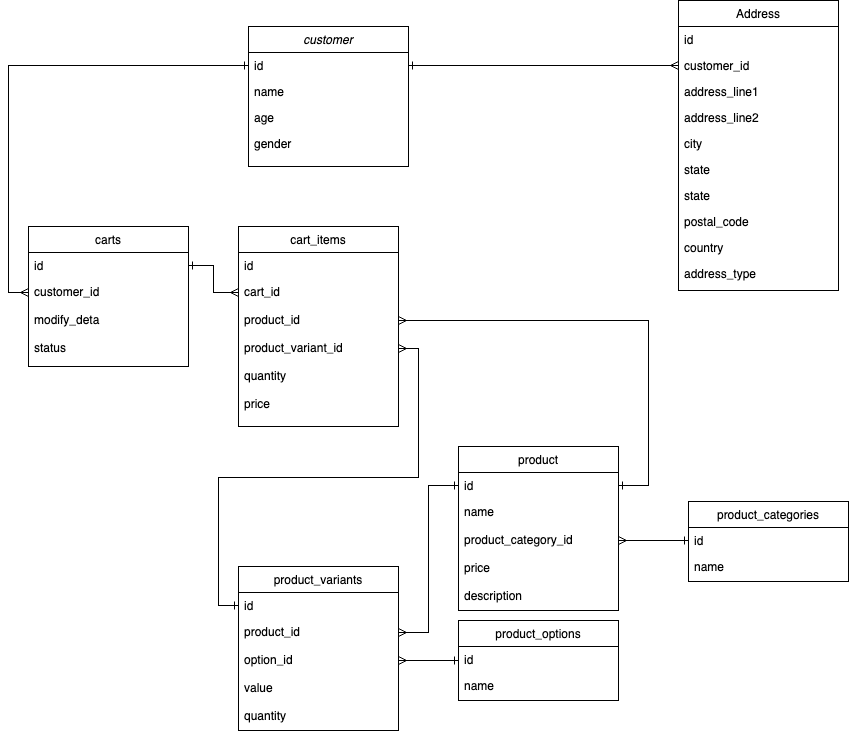
Before: opn-database-design.drawio.png, a diagram exported from draw.io (supacheep-first/opn-challenge). Source tidied: cells renumbered, new cells last; positions are measured from the earlier drawing's top-left corner, leaving out a move shared by most shapes. Its diagram source:
```xml
<mxGraphModel>
  <root>
    <mxCell id="0" />
    <mxCell id="1" parent="0" />
    <mxCell id="2" value="customer" style="swimlane;fontStyle=2;align=center;verticalAlign=top;horizontal=1;startSize=26;rounded=0;shadow=0;strokeWidth=1;" parent="1" vertex="1">
      <mxGeometry x="220" y="26" width="160" height="140" as="geometry" />
    </mxCell>
    <mxCell id="3" value="id" style="text;align=left;verticalAlign=top;spacingLeft=4;spacingRight=4;overflow=hidden;points=[[0,0.5],[1,0.5]];portConstraint=eastwest;" parent="2" vertex="1">
      <mxGeometry y="26" width="160" height="26" as="geometry" />
    </mxCell>
    <mxCell id="4" value="name" style="text;align=left;verticalAlign=top;spacingLeft=4;spacingRight=4;overflow=hidden;rounded=0;shadow=0;html=0;" parent="2" vertex="1">
      <mxGeometry y="52" width="160" height="26" as="geometry" />
    </mxCell>
    <mxCell id="5" value="age" style="text;align=left;verticalAlign=top;spacingLeft=4;spacingRight=4;overflow=hidden;" parent="2" vertex="1">
      <mxGeometry y="78" width="160" height="26" as="geometry" />
    </mxCell>
    <mxCell id="6" value="gender" style="text;align=left;verticalAlign=top;spacingLeft=4;spacingRight=4;overflow=hidden;rounded=0;shadow=0;html=0;" parent="2" vertex="1">
      <mxGeometry y="104" width="160" height="26" as="geometry" />
    </mxCell>
    <mxCell id="7" value="Address" style="swimlane;fontStyle=0;align=center;verticalAlign=top;horizontal=1;startSize=26;rounded=0;shadow=0;strokeWidth=1;" parent="1" vertex="1">
      <mxGeometry x="650" width="160" height="290" as="geometry" />
    </mxCell>
    <mxCell id="8" value="id" style="text;align=left;verticalAlign=top;spacingLeft=4;spacingRight=4;overflow=hidden;" parent="7" vertex="1">
      <mxGeometry y="26" width="160" height="26" as="geometry" />
    </mxCell>
    <mxCell id="9" value="customer_id" style="text;align=left;verticalAlign=top;spacingLeft=4;spacingRight=4;overflow=hidden;points=[[0,0.5],[1,0.5]];portConstraint=eastwest;" parent="7" vertex="1">
      <mxGeometry y="52" width="160" height="26" as="geometry" />
    </mxCell>
    <mxCell id="10" value="address_line1" style="text;align=left;verticalAlign=top;spacingLeft=4;spacingRight=4;overflow=hidden;" parent="7" vertex="1">
      <mxGeometry y="78" width="160" height="26" as="geometry" />
    </mxCell>
    <mxCell id="11" value="address_line2" style="text;align=left;verticalAlign=top;spacingLeft=4;spacingRight=4;overflow=hidden;" parent="7" vertex="1">
      <mxGeometry y="104" width="160" height="26" as="geometry" />
    </mxCell>
    <mxCell id="12" value="city" style="text;align=left;verticalAlign=top;spacingLeft=4;spacingRight=4;overflow=hidden;rounded=0;shadow=0;html=0;" parent="7" vertex="1">
      <mxGeometry y="130" width="160" height="26" as="geometry" />
    </mxCell>
    <mxCell id="13" value="state" style="text;align=left;verticalAlign=top;spacingLeft=4;spacingRight=4;overflow=hidden;rounded=0;shadow=0;html=0;" parent="7" vertex="1">
      <mxGeometry y="156" width="160" height="26" as="geometry" />
    </mxCell>
    <mxCell id="14" value="state" style="text;align=left;verticalAlign=top;spacingLeft=4;spacingRight=4;overflow=hidden;rounded=0;shadow=0;html=0;" parent="7" vertex="1">
      <mxGeometry y="182" width="160" height="26" as="geometry" />
    </mxCell>
    <mxCell id="15" value="postal_code" style="text;align=left;verticalAlign=top;spacingLeft=4;spacingRight=4;overflow=hidden;rounded=0;shadow=0;html=0;" parent="7" vertex="1">
      <mxGeometry y="208" width="160" height="26" as="geometry" />
    </mxCell>
    <mxCell id="16" value="country" style="text;align=left;verticalAlign=top;spacingLeft=4;spacingRight=4;overflow=hidden;rounded=0;shadow=0;html=0;" parent="7" vertex="1">
      <mxGeometry y="234" width="160" height="26" as="geometry" />
    </mxCell>
    <mxCell id="17" value="address_type" style="text;align=left;verticalAlign=top;spacingLeft=4;spacingRight=4;overflow=hidden;rounded=0;shadow=0;html=0;" parent="7" vertex="1">
      <mxGeometry y="260" width="160" height="26" as="geometry" />
    </mxCell>
    <mxCell id="18" value="product" style="swimlane;fontStyle=0;align=center;verticalAlign=top;horizontal=1;startSize=26;rounded=0;shadow=0;strokeWidth=1;" parent="1" vertex="1">
      <mxGeometry x="430" y="446" width="160" height="164" as="geometry" />
    </mxCell>
    <mxCell id="19" value="id" style="text;align=left;verticalAlign=top;spacingLeft=4;spacingRight=4;overflow=hidden;points=[[0,0.5],[1,0.5]];portConstraint=eastwest;" parent="18" vertex="1">
      <mxGeometry y="26" width="160" height="26" as="geometry" />
    </mxCell>
    <mxCell id="20" value="name" style="text;align=left;verticalAlign=top;spacingLeft=4;spacingRight=4;overflow=hidden;" parent="18" vertex="1">
      <mxGeometry y="52" width="160" height="28" as="geometry" />
    </mxCell>
    <mxCell id="21" value="product_category_id" style="text;align=left;verticalAlign=top;spacingLeft=4;spacingRight=4;overflow=hidden;points=[[0,0.5],[1,0.5]];portConstraint=eastwest;" parent="18" vertex="1">
      <mxGeometry y="80" width="160" height="28" as="geometry" />
    </mxCell>
    <mxCell id="22" value="price" style="text;align=left;verticalAlign=top;spacingLeft=4;spacingRight=4;overflow=hidden;" parent="18" vertex="1">
      <mxGeometry y="108" width="160" height="28" as="geometry" />
    </mxCell>
    <mxCell id="23" value="description" style="text;align=left;verticalAlign=top;spacingLeft=4;spacingRight=4;overflow=hidden;" parent="18" vertex="1">
      <mxGeometry y="136" width="160" height="28" as="geometry" />
    </mxCell>
    <mxCell id="24" value="product_categories" style="swimlane;fontStyle=0;align=center;verticalAlign=top;horizontal=1;startSize=26;rounded=0;shadow=0;strokeWidth=1;" parent="1" vertex="1">
      <mxGeometry x="660" y="501" width="160" height="80" as="geometry" />
    </mxCell>
    <mxCell id="25" value="id" style="text;align=left;verticalAlign=top;spacingLeft=4;spacingRight=4;overflow=hidden;points=[[0,0.5],[1,0.5]];portConstraint=eastwest;" parent="24" vertex="1">
      <mxGeometry y="26" width="160" height="26" as="geometry" />
    </mxCell>
    <mxCell id="26" value="name" style="text;align=left;verticalAlign=top;spacingLeft=4;spacingRight=4;overflow=hidden;" parent="24" vertex="1">
      <mxGeometry y="52" width="160" height="18" as="geometry" />
    </mxCell>
    <mxCell id="27" style="edgeStyle=orthogonalEdgeStyle;rounded=0;jettySize=auto;html=1;entryX=1;entryY=0.5;entryDx=0;entryDy=0;endArrow=ERmany;endFill=0;startArrow=ERone;startFill=0;" parent="1" edge="1" source="28" target="34">
      <mxGeometry relative="1" as="geometry" />
    </mxCell>
    <mxCell id="28" value="product_options" style="swimlane;fontStyle=0;align=center;verticalAlign=top;horizontal=1;startSize=26;rounded=0;shadow=0;strokeWidth=1;" parent="1" vertex="1">
      <mxGeometry x="430" y="620" width="160" height="80" as="geometry" />
    </mxCell>
    <mxCell id="29" value="id" style="text;align=left;verticalAlign=top;spacingLeft=4;spacingRight=4;overflow=hidden;" parent="28" vertex="1">
      <mxGeometry y="26" width="160" height="26" as="geometry" />
    </mxCell>
    <mxCell id="30" value="name" style="text;align=left;verticalAlign=top;spacingLeft=4;spacingRight=4;overflow=hidden;" parent="28" vertex="1">
      <mxGeometry y="52" width="160" height="18" as="geometry" />
    </mxCell>
    <mxCell id="31" value="product_variants" style="swimlane;fontStyle=0;align=center;verticalAlign=top;horizontal=1;startSize=26;rounded=0;shadow=0;strokeWidth=1;" parent="1" vertex="1">
      <mxGeometry x="210" y="566" width="160" height="164" as="geometry" />
    </mxCell>
    <mxCell id="32" value="id" style="text;align=left;verticalAlign=top;spacingLeft=4;spacingRight=4;overflow=hidden;points=[[0,0.5],[1,0.5]];portConstraint=eastwest;" parent="31" vertex="1">
      <mxGeometry y="26" width="160" height="26" as="geometry" />
    </mxCell>
    <mxCell id="33" value="product_id" style="text;align=left;verticalAlign=top;spacingLeft=4;spacingRight=4;overflow=hidden;points=[[0,0.5],[1,0.5]];portConstraint=eastwest;" parent="31" vertex="1">
      <mxGeometry y="52" width="160" height="28" as="geometry" />
    </mxCell>
    <mxCell id="34" value="option_id" style="text;align=left;verticalAlign=top;spacingLeft=4;spacingRight=4;overflow=hidden;points=[[0,0.5],[1,0.5]];portConstraint=eastwest;" parent="31" vertex="1">
      <mxGeometry y="80" width="160" height="28" as="geometry" />
    </mxCell>
    <mxCell id="35" value="value" style="text;align=left;verticalAlign=top;spacingLeft=4;spacingRight=4;overflow=hidden;" parent="31" vertex="1">
      <mxGeometry y="108" width="160" height="28" as="geometry" />
    </mxCell>
    <mxCell id="36" value="quantity" style="text;align=left;verticalAlign=top;spacingLeft=4;spacingRight=4;overflow=hidden;" parent="31" vertex="1">
      <mxGeometry y="136" width="160" height="28" as="geometry" />
    </mxCell>
    <mxCell id="37" style="edgeStyle=orthogonalEdgeStyle;rounded=0;jettySize=auto;html=1;exitX=1;exitY=0.5;exitDx=0;exitDy=0;entryX=0;entryY=0.5;entryDx=0;entryDy=0;endArrow=ERone;endFill=0;startArrow=ERmany;startFill=0;" parent="1" edge="1" source="21" target="25">
      <mxGeometry relative="1" as="geometry" />
    </mxCell>
    <mxCell id="38" style="edgeStyle=orthogonalEdgeStyle;rounded=0;jettySize=auto;html=1;exitX=0;exitY=0.5;exitDx=0;exitDy=0;entryX=1;entryY=0.5;entryDx=0;entryDy=0;startArrow=ERone;startFill=0;endArrow=ERmany;endFill=0;" parent="1" edge="1" source="19" target="33">
      <mxGeometry relative="1" as="geometry" />
    </mxCell>
    <mxCell id="39" value="cart_items" style="swimlane;fontStyle=0;align=center;verticalAlign=top;horizontal=1;startSize=26;rounded=0;shadow=0;strokeWidth=1;" parent="1" vertex="1">
      <mxGeometry x="210" y="226" width="160" height="200" as="geometry" />
    </mxCell>
    <mxCell id="40" value="id" style="text;align=left;verticalAlign=top;spacingLeft=4;spacingRight=4;overflow=hidden;" parent="39" vertex="1">
      <mxGeometry y="26" width="160" height="26" as="geometry" />
    </mxCell>
    <mxCell id="41" value="cart_id" style="text;align=left;verticalAlign=top;spacingLeft=4;spacingRight=4;overflow=hidden;points=[[0,0.5],[1,0.5]];portConstraint=eastwest;" parent="39" vertex="1">
      <mxGeometry y="52" width="160" height="28" as="geometry" />
    </mxCell>
    <mxCell id="42" value="product_id" style="text;align=left;verticalAlign=top;spacingLeft=4;spacingRight=4;overflow=hidden;points=[[0,0.5],[1,0.5]];portConstraint=eastwest;" parent="39" vertex="1">
      <mxGeometry y="80" width="160" height="28" as="geometry" />
    </mxCell>
    <mxCell id="43" value="product_variant_id" style="text;align=left;verticalAlign=top;spacingLeft=4;spacingRight=4;overflow=hidden;points=[[0,0.5],[1,0.5]];portConstraint=eastwest;" parent="39" vertex="1">
      <mxGeometry y="108" width="160" height="28" as="geometry" />
    </mxCell>
    <mxCell id="44" value="quantity" style="text;align=left;verticalAlign=top;spacingLeft=4;spacingRight=4;overflow=hidden;" parent="39" vertex="1">
      <mxGeometry y="136" width="160" height="28" as="geometry" />
    </mxCell>
    <mxCell id="45" value="price" style="text;align=left;verticalAlign=top;spacingLeft=4;spacingRight=4;overflow=hidden;" parent="39" vertex="1">
      <mxGeometry y="164" width="160" height="28" as="geometry" />
    </mxCell>
    <mxCell id="46" value="carts&#10;" style="swimlane;fontStyle=0;align=center;verticalAlign=top;horizontal=1;startSize=26;rounded=0;shadow=0;strokeWidth=1;" parent="1" vertex="1">
      <mxGeometry y="226" width="160" height="140" as="geometry" />
    </mxCell>
    <mxCell id="47" value="id" style="text;align=left;verticalAlign=top;spacingLeft=4;spacingRight=4;overflow=hidden;points=[[0,0.5],[1,0.5]];portConstraint=eastwest;" parent="46" vertex="1">
      <mxGeometry y="26" width="160" height="26" as="geometry" />
    </mxCell>
    <mxCell id="48" value="customer_id" style="text;align=left;verticalAlign=top;spacingLeft=4;spacingRight=4;overflow=hidden;points=[[0,0.5],[1,0.5]];portConstraint=eastwest;" parent="46" vertex="1">
      <mxGeometry y="52" width="160" height="28" as="geometry" />
    </mxCell>
    <mxCell id="49" value="modify_deta" style="text;align=left;verticalAlign=top;spacingLeft=4;spacingRight=4;overflow=hidden;" parent="46" vertex="1">
      <mxGeometry y="80" width="160" height="28" as="geometry" />
    </mxCell>
    <mxCell id="50" value="status" style="text;align=left;verticalAlign=top;spacingLeft=4;spacingRight=4;overflow=hidden;" parent="46" vertex="1">
      <mxGeometry y="108" width="160" height="28" as="geometry" />
    </mxCell>
    <mxCell id="51" style="edgeStyle=orthogonalEdgeStyle;rounded=0;jettySize=auto;html=1;entryX=1;entryY=0.5;entryDx=0;entryDy=0;endArrow=ERmany;endFill=0;startArrow=ERone;startFill=0;" parent="1" edge="1" source="19" target="42">
      <mxGeometry relative="1" as="geometry">
        <Array as="points">
          <mxPoint x="620" y="485" />
          <mxPoint x="620" y="320" />
        </Array>
      </mxGeometry>
    </mxCell>
    <mxCell id="52" style="edgeStyle=orthogonalEdgeStyle;rounded=0;jettySize=auto;html=1;entryX=1;entryY=0.5;entryDx=0;entryDy=0;endArrow=ERmany;endFill=0;startArrow=ERone;startFill=0;" parent="1" edge="1" source="32" target="43">
      <mxGeometry relative="1" as="geometry" />
    </mxCell>
    <mxCell id="53" style="edgeStyle=orthogonalEdgeStyle;rounded=0;jettySize=auto;html=1;entryX=0;entryY=0.5;entryDx=0;entryDy=0;endArrow=ERmany;endFill=0;startArrow=ERone;startFill=0;" parent="1" edge="1" source="3" target="48">
      <mxGeometry relative="1" as="geometry" />
    </mxCell>
    <mxCell id="54" style="edgeStyle=orthogonalEdgeStyle;rounded=0;jettySize=auto;html=1;entryX=0;entryY=0.5;entryDx=0;entryDy=0;endArrow=ERmany;endFill=0;startArrow=ERone;startFill=0;" parent="1" edge="1" source="47" target="41">
      <mxGeometry relative="1" as="geometry" />
    </mxCell>
    <mxCell id="55" style="edgeStyle=orthogonalEdgeStyle;rounded=0;jettySize=auto;html=1;exitX=0;exitY=0.5;exitDx=0;exitDy=0;endArrow=ERone;endFill=0;startArrow=ERmany;startFill=0;" parent="1" edge="1" source="9" target="3">
      <mxGeometry relative="1" as="geometry" />
    </mxCell>
  </root>
</mxGraphModel>
```
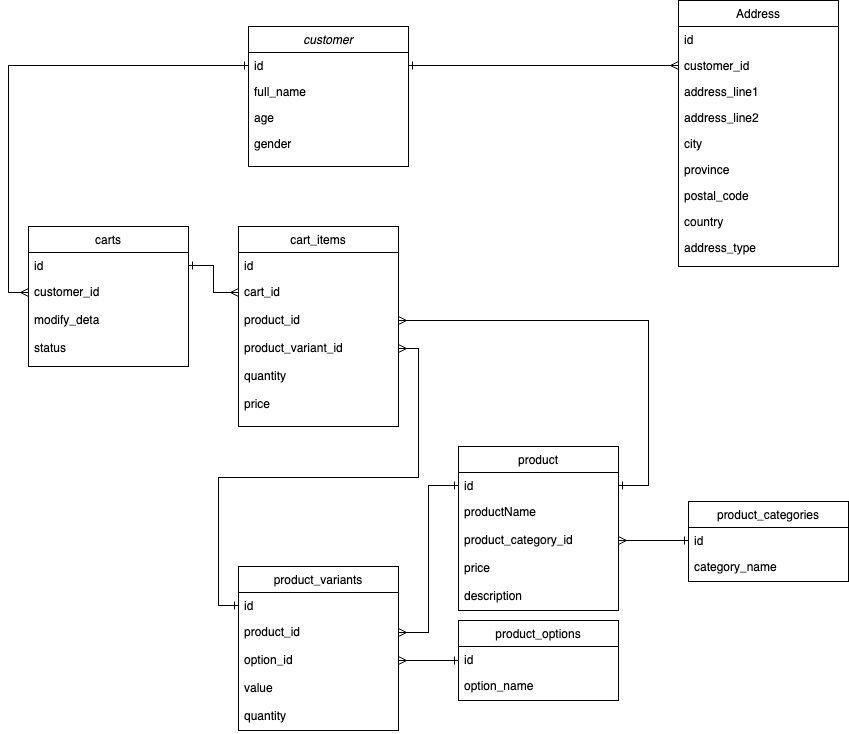
Above is the later version.

Commit message:
fix: update column name

Diff of the diagram source:
```diff
@@ -8,7 +8,7 @@
     <mxCell id="3" value="id" style="text;align=left;verticalAlign=top;spacingLeft=4;spacingRight=4;overflow=hidden;points=[[0,0.5],[1,0.5]];portConstraint=eastwest;" parent="2" vertex="1">
       <mxGeometry y="26" width="160" height="26" as="geometry" />
     </mxCell>
-    <mxCell id="4" value="name" style="text;align=left;verticalAlign=top;spacingLeft=4;spacingRight=4;overflow=hidden;rounded=0;shadow=0;html=0;" parent="2" vertex="1">
+    <mxCell id="4" value="full_name" style="text;align=left;verticalAlign=top;spacingLeft=4;spacingRight=4;overflow=hidden;rounded=0;shadow=0;html=0;" parent="2" vertex="1">
       <mxGeometry y="52" width="160" height="26" as="geometry" />
     </mxCell>
     <mxCell id="5" value="age" style="text;align=left;verticalAlign=top;spacingLeft=4;spacingRight=4;overflow=hidden;" parent="2" vertex="1">
@@ -18,7 +18,7 @@
       <mxGeometry y="104" width="160" height="26" as="geometry" />
     </mxCell>
     <mxCell id="7" value="Address" style="swimlane;fontStyle=0;align=center;verticalAlign=top;horizontal=1;startSize=26;rounded=0;shadow=0;strokeWidth=1;" parent="1" vertex="1">
-      <mxGeometry x="650" width="160" height="290" as="geometry" />
+      <mxGeometry x="650" width="160" height="266" as="geometry" />
     </mxCell>
     <mxCell id="8" value="id" style="text;align=left;verticalAlign=top;spacingLeft=4;spacingRight=4;overflow=hidden;" parent="7" vertex="1">
       <mxGeometry y="26" width="160" height="26" as="geometry" />
@@ -35,20 +35,17 @@
     <mxCell id="12" value="city" style="text;align=left;verticalAlign=top;spacingLeft=4;spacingRight=4;overflow=hidden;rounded=0;shadow=0;html=0;" parent="7" vertex="1">
       <mxGeometry y="130" width="160" height="26" as="geometry" />
     </mxCell>
-    <mxCell id="13" value="state" style="text;align=left;verticalAlign=top;spacingLeft=4;spacingRight=4;overflow=hidden;rounded=0;shadow=0;html=0;" parent="7" vertex="1">
+    <mxCell id="13" value="province" style="text;align=left;verticalAlign=top;spacingLeft=4;spacingRight=4;overflow=hidden;rounded=0;shadow=0;html=0;" parent="7" vertex="1">
       <mxGeometry y="156" width="160" height="26" as="geometry" />
     </mxCell>
-    <mxCell id="14" value="state" style="text;align=left;verticalAlign=top;spacingLeft=4;spacingRight=4;overflow=hidden;rounded=0;shadow=0;html=0;" parent="7" vertex="1">
-      <mxGeometry y="182" width="160" height="26" as="geometry" />
-    </mxCell>
     <mxCell id="15" value="postal_code" style="text;align=left;verticalAlign=top;spacingLeft=4;spacingRight=4;overflow=hidden;rounded=0;shadow=0;html=0;" parent="7" vertex="1">
-      <mxGeometry y="208" width="160" height="26" as="geometry" />
+      <mxGeometry y="182" width="160" height="26" as="geometry" />
     </mxCell>
     <mxCell id="16" value="country" style="text;align=left;verticalAlign=top;spacingLeft=4;spacingRight=4;overflow=hidden;rounded=0;shadow=0;html=0;" parent="7" vertex="1">
-      <mxGeometry y="234" width="160" height="26" as="geometry" />
+      <mxGeometry y="208" width="160" height="26" as="geometry" />
     </mxCell>
     <mxCell id="17" value="address_type" style="text;align=left;verticalAlign=top;spacingLeft=4;spacingRight=4;overflow=hidden;rounded=0;shadow=0;html=0;" parent="7" vertex="1">
-      <mxGeometry y="260" width="160" height="26" as="geometry" />
+      <mxGeometry y="234" width="160" height="26" as="geometry" />
     </mxCell>
     <mxCell id="18" value="product" style="swimlane;fontStyle=0;align=center;verticalAlign=top;horizontal=1;startSize=26;rounded=0;shadow=0;strokeWidth=1;" parent="1" vertex="1">
       <mxGeometry x="430" y="446" width="160" height="164" as="geometry" />
@@ -56,7 +53,7 @@
     <mxCell id="19" value="id" style="text;align=left;verticalAlign=top;spacingLeft=4;spacingRight=4;overflow=hidden;points=[[0,0.5],[1,0.5]];portConstraint=eastwest;" parent="18" vertex="1">
       <mxGeometry y="26" width="160" height="26" as="geometry" />
     </mxCell>
-    <mxCell id="20" value="name" style="text;align=left;verticalAlign=top;spacingLeft=4;spacingRight=4;overflow=hidden;" parent="18" vertex="1">
+    <mxCell id="20" value="productName" style="text;align=left;verticalAlign=top;spacingLeft=4;spacingRight=4;overflow=hidden;" parent="18" vertex="1">
       <mxGeometry y="52" width="160" height="28" as="geometry" />
     </mxCell>
     <mxCell id="21" value="product_category_id" style="text;align=left;verticalAlign=top;spacingLeft=4;spacingRight=4;overflow=hidden;points=[[0,0.5],[1,0.5]];portConstraint=eastwest;" parent="18" vertex="1">
@@ -74,7 +71,7 @@
     <mxCell id="25" value="id" style="text;align=left;verticalAlign=top;spacingLeft=4;spacingRight=4;overflow=hidden;points=[[0,0.5],[1,0.5]];portConstraint=eastwest;" parent="24" vertex="1">
       <mxGeometry y="26" width="160" height="26" as="geometry" />
     </mxCell>
-    <mxCell id="26" value="name" style="text;align=left;verticalAlign=top;spacingLeft=4;spacingRight=4;overflow=hidden;" parent="24" vertex="1">
+    <mxCell id="26" value="category_name" style="text;align=left;verticalAlign=top;spacingLeft=4;spacingRight=4;overflow=hidden;" parent="24" vertex="1">
       <mxGeometry y="52" width="160" height="18" as="geometry" />
     </mxCell>
     <mxCell id="27" style="edgeStyle=orthogonalEdgeStyle;rounded=0;jettySize=auto;html=1;entryX=1;entryY=0.5;entryDx=0;entryDy=0;endArrow=ERmany;endFill=0;startArrow=ERone;startFill=0;" parent="1" edge="1" source="28" target="34">
@@ -86,7 +83,7 @@
     <mxCell id="29" value="id" style="text;align=left;verticalAlign=top;spacingLeft=4;spacingRight=4;overflow=hidden;" parent="28" vertex="1">
       <mxGeometry y="26" width="160" height="26" as="geometry" />
     </mxCell>
-    <mxCell id="30" value="name" style="text;align=left;verticalAlign=top;spacingLeft=4;spacingRight=4;overflow=hidden;" parent="28" vertex="1">
+    <mxCell id="30" value="option_name" style="text;align=left;verticalAlign=top;spacingLeft=4;spacingRight=4;overflow=hidden;" parent="28" vertex="1">
       <mxGeometry y="52" width="160" height="18" as="geometry" />
     </mxCell>
     <mxCell id="31" value="product_variants" style="swimlane;fontStyle=0;align=center;verticalAlign=top;horizontal=1;startSize=26;rounded=0;shadow=0;strokeWidth=1;" parent="1" vertex="1">
```
